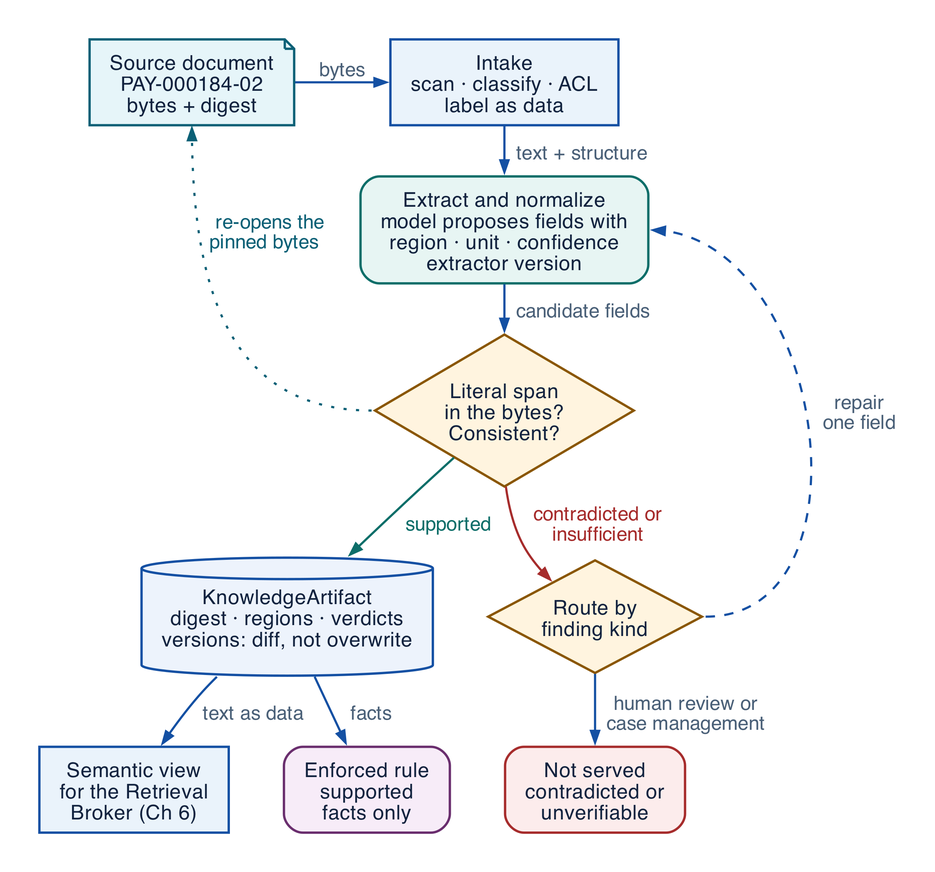
This is assets/diagrams/document-ingestion.png from rrahimi-uci/building-enterprise-general-intelligence, a Graphviz export, as it was before one commit. Its source is kept beside it as assets/diagrams/src/document-ingestion.gv. Source of this version:
```dot
digraph document_ingestion {
  rankdir = TB
  graph [ranksep=0.26, nodesep=0.25]
  edge [fontsize=12.5]

  doc [label="Source document\nPAY-000184-02\nbytes + digest",
       shape=note, style=filled, fillcolor="#E6F5F9", color="#0B6076"]
  intake [label="Intake\nscan · classify · ACL\nlabel as data",
          fillcolor="#EAF3FB", color="#1450A3", style=filled]
  extract [label="Extract and normalize\nmodel proposes fields with\nregion · unit · confidence\nextractor version",
           fillcolor="#E7F5F3", color="#0D6E69"]
  verify [label="Literal span\nin the bytes?\nConsistent?",
          shape=diamond, style=filled, fillcolor="#FFF4DF", color="#8A5600",
          height=1.35, width=2.3, margin="0.02,0.02"]
  record [label="KnowledgeArtifact\ndigest · regions · verdicts\nversions: diff, not overwrite",
          shape=cylinder, style=filled, fillcolor="#EDF3FC", color="#1450A3"]
  route [label="Route by\nfinding kind",
         shape=diamond, style=filled, fillcolor="#FFF4DF", color="#8A5600",
         height=1.0, width=1.9, margin="0.02,0.02"]
  semantic [label="Semantic view\nfor the Retrieval\nBroker (Ch 6)",
            fillcolor="#EAF3FB", color="#1450A3", style=filled]
  rule [label="Enforced rule\nsupported\nfacts only",
        fillcolor="#F7ECF8", color="#6A2E6E"]
  reject [label="Not served\ncontradicted or\nunverifiable", fillcolor="#FCECEC", color="#A62C2C"]

  doc -> intake [label="  bytes  "]
  intake -> extract [label="  text + structure  "]
  extract -> verify [label="  candidate fields  "]
  verify:w -> doc:s [style=dotted, color="#0B6076", fontcolor="#0B6076",
                 label="re-opens the\npinned bytes  ", constraint=false]
  verify -> record [label="supported  ", color="#0D6E69", fontcolor="#0D6E69"]
  verify -> route [label="  contradicted or\n  insufficient", color="#A62C2C", fontcolor="#A62C2C"]
  route:e -> extract:e [style=dashed, label="  repair\n  one field", constraint=false]
  route -> reject [label="  human review or\n  case management"]
  record -> semantic [label="text as data  "]
  record -> rule [label="  facts"]

  { rank=same; doc; intake }
  { rank=same; record; route }
  record -> route [style=invis]
  { rank=same; semantic; rule; reject }
  semantic -> rule -> reject [style=invis]
}
```
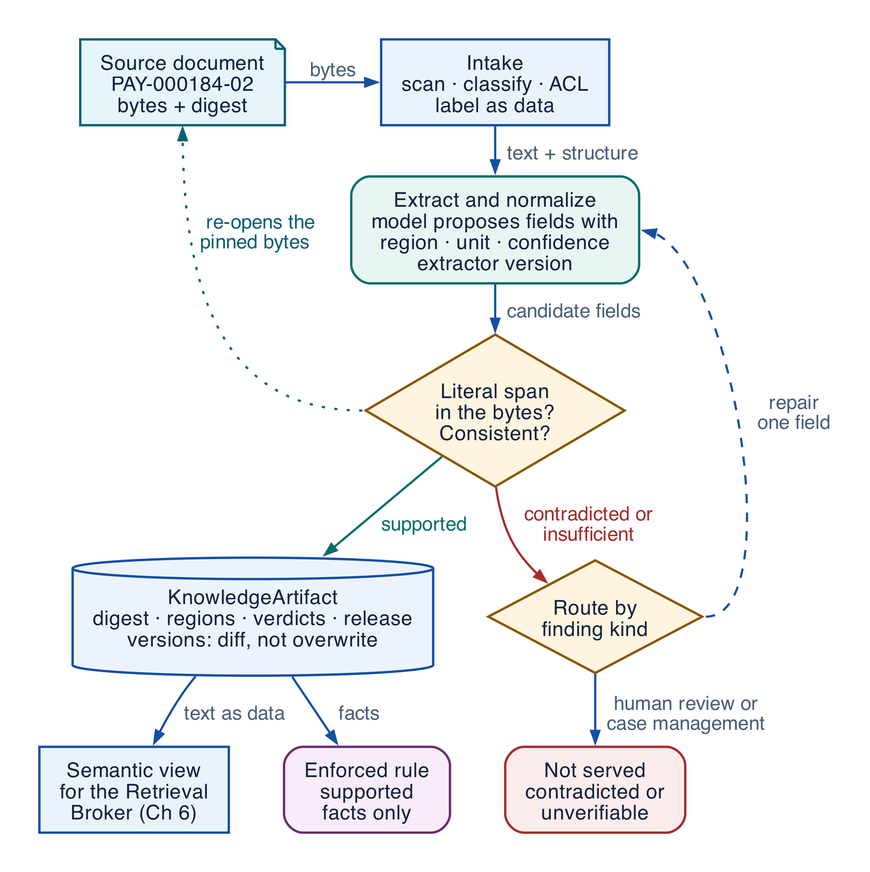
The same diagram one commit later.

What changed in the source:
```diff
@@ -12,7 +12,7 @@
   verify [label="Literal span\nin the bytes?\nConsistent?",
           shape=diamond, style=filled, fillcolor="#FFF4DF", color="#8A5600",
           height=1.35, width=2.3, margin="0.02,0.02"]
-  record [label="KnowledgeArtifact\ndigest · regions · verdicts\nversions: diff, not overwrite",
+  record [label="KnowledgeArtifact\ndigest · regions · verdicts · release\nversions: diff, not overwrite",
           shape=cylinder, style=filled, fillcolor="#EDF3FC", color="#1450A3"]
   route [label="Route by\nfinding kind",
          shape=diamond, style=filled, fillcolor="#FFF4DF", color="#8A5600",
```
